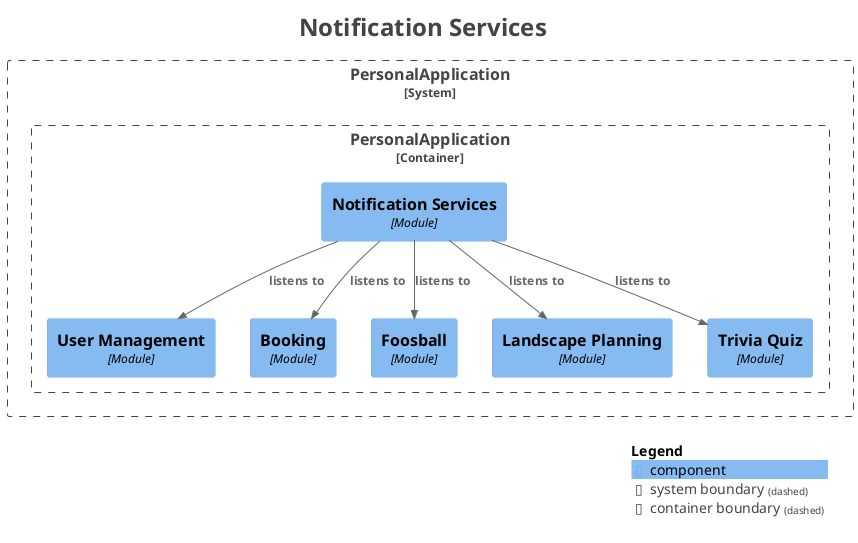
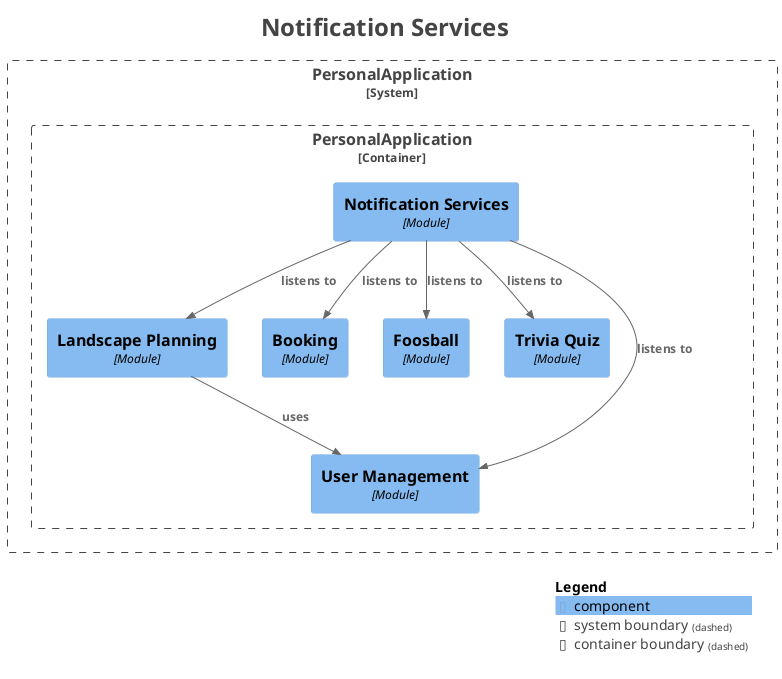
@startuml
title <size:24>Notification Services</size>

set separator none
top to bottom direction

<style>
  root {
    BackgroundColor: #ffffff
    FontColor: #444444
  }
</style>

!include <C4/C4>
!include <C4/C4_Context>
!include <C4/C4_Component>

System_Boundary("PersonalApplication_boundary", "PersonalApplication", $tags="") {
  Container_Boundary("PersonalApplication.PersonalApplication_boundary", "PersonalApplication", $tags="") {
-     Component(PersonalApplication.PersonalApplication.UserManagement, "User Management", $techn="Module", $descr="", $tags="", $link="")
+     Component(PersonalApplication.PersonalApplication.LandscapePlanning, "Landscape Planning", $techn="Module", $descr="", $tags="", $link="")
    Component(PersonalApplication.PersonalApplication.NotificationServices, "Notification Services", $techn="Module", $descr="", $tags="", $link="")
    Component(PersonalApplication.PersonalApplication.Booking, "Booking", $techn="Module", $descr="", $tags="", $link="")
    Component(PersonalApplication.PersonalApplication.Foosball, "Foosball", $techn="Module", $descr="", $tags="", $link="")
-     Component(PersonalApplication.PersonalApplication.LandscapePlanning, "Landscape Planning", $techn="Module", $descr="", $tags="", $link="")
    Component(PersonalApplication.PersonalApplication.TriviaQuiz, "Trivia Quiz", $techn="Module", $descr="", $tags="", $link="")
+     Component(PersonalApplication.PersonalApplication.UserManagement, "User Management", $techn="Module", $descr="", $tags="", $link="")
  }

}

+ Rel(PersonalApplication.PersonalApplication.NotificationServices, PersonalApplication.PersonalApplication.UserManagement, "listens to", $techn="", $tags="", $link="")
Rel(PersonalApplication.PersonalApplication.NotificationServices, PersonalApplication.PersonalApplication.TriviaQuiz, "listens to", $techn="", $tags="", $link="")
Rel(PersonalApplication.PersonalApplication.NotificationServices, PersonalApplication.PersonalApplication.Foosball, "listens to", $techn="", $tags="", $link="")
- Rel(PersonalApplication.PersonalApplication.NotificationServices, PersonalApplication.PersonalApplication.UserManagement, "listens to", $techn="", $tags="", $link="")
Rel(PersonalApplication.PersonalApplication.NotificationServices, PersonalApplication.PersonalApplication.Booking, "listens to", $techn="", $tags="", $link="")
Rel(PersonalApplication.PersonalApplication.NotificationServices, PersonalApplication.PersonalApplication.LandscapePlanning, "listens to", $techn="", $tags="", $link="")
+ Rel(PersonalApplication.PersonalApplication.LandscapePlanning, PersonalApplication.PersonalApplication.UserManagement, "uses", $techn="", $tags="", $link="")

SHOW_LEGEND(true)
hide stereotypes
- @enduml
+ @enduml